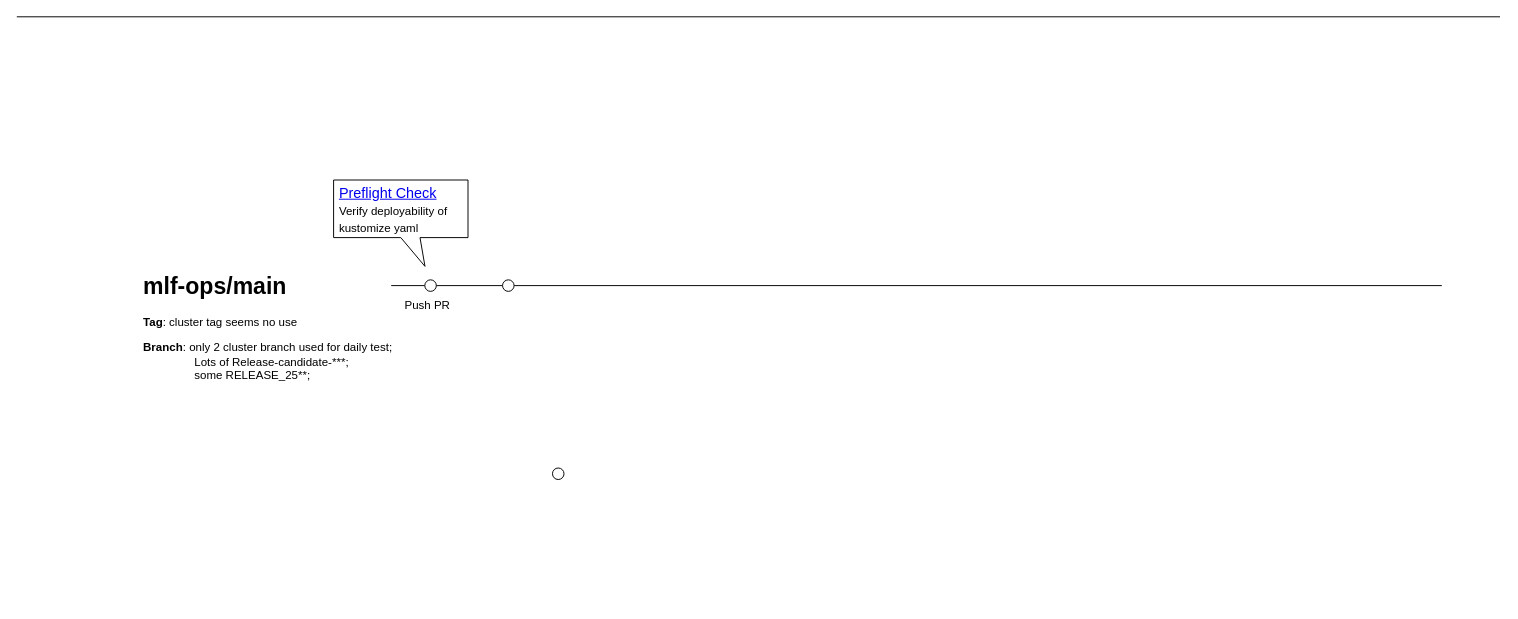
Before: Drawio/AI Core release process.drawio in polark-bit/StudyGit, a draw.io diagram. Source tidied: cells renumbered, new cells numbered last; positions are measured from the earlier drawing's top-left corner, leaving out a move shared by most shapes. Both pictures are drawn from the tidied source at 96%, with x=0, y=0 at pixel (16, 16).
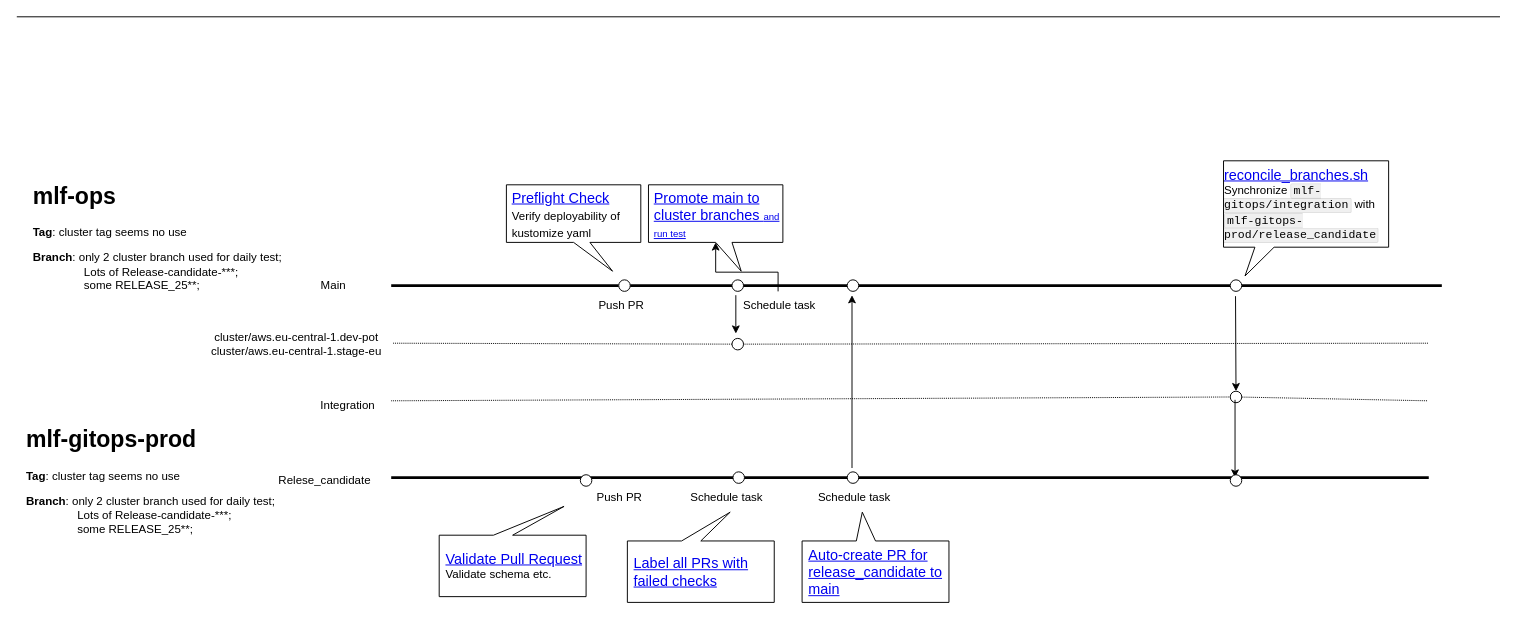
After the change.

Change to the diagram source:
```diff
@@
-    <mxCell id="3" style="endArrow=none;html=1;rounded=0;" parent="1" edge="1" source="8">
+    <mxCell id="3" style="endArrow=none;html=1;rounded=0;strokeWidth=3;" parent="1" edge="1" source="27">
       <mxGeometry relative="1" as="geometry">
         <mxPoint x="1484.4" y="280" as="targetPoint" />
       </mxGeometry>
     </mxCell>
-    <mxCell id="4" style="ellipse;whiteSpace=wrap;html=1;" parent="1" vertex="1">
-      <mxGeometry x="558" y="470" width="12" height="12" as="geometry" />
-    </mxCell>
-    <mxCell id="5" style="endArrow=none;html=1;rounded=0;" parent="1" edge="1" target="6">
+    <mxCell id="5" style="endArrow=none;html=1;rounded=0;strokeWidth=3;" parent="1" edge="1" target="6">
       <mxGeometry relative="1" as="geometry">
         <mxPoint x="390" y="280" as="sourcePoint" />
       </mxGeometry>
     </mxCell>
     <mxCell id="6" style="ellipse;whiteSpace=wrap;html=1;" parent="1" vertex="1">
-      <mxGeometry x="425" y="274" width="12" height="12" as="geometry" />
+      <mxGeometry x="627" y="274" width="12" height="12" as="geometry" />
     </mxCell>
-    <mxCell id="7" style="endArrow=none;html=1;rounded=0;" parent="1" edge="1" source="6" target="8">
+    <mxCell id="7" style="endArrow=none;html=1;rounded=0;strokeWidth=3;" parent="1" edge="1" source="6" target="8">
       <mxGeometry relative="1" as="geometry" />
     </mxCell>
     <mxCell id="8" style="ellipse;whiteSpace=wrap;html=1;" parent="1" vertex="1">
-      <mxGeometry x="506" y="274" width="12" height="12" as="geometry" />
+      <mxGeometry x="745" y="274" width="12" height="12" as="geometry" />
     </mxCell>
-    <mxCell id="9" value="&lt;div style=&quot;text-align: left;&quot;&gt;&lt;a href=&quot;https://github.tools.sap/MLF/mlf-gitops/actions/workflows/preflight-checks.yaml&quot; style=&quot;background-color: transparent;&quot;&gt;Preflight Check&lt;/a&gt;&lt;/div&gt;&lt;div style=&quot;text-align: left;&quot;&gt;&lt;font style=&quot;font-size: 12px;&quot;&gt;Verify deployability of kustomize yaml&lt;/font&gt;&lt;/div&gt;" style="shape=callout;whiteSpace=wrap;html=1;perimeter=calloutPerimeter;position2=0.68;strokeWidth=1;fontSize=15;spacingTop=1;spacingLeft=5;" parent="1" vertex="1">
-      <mxGeometry x="330" y="170" width="140" height="90" as="geometry" />
+    <mxCell id="9" value="&lt;div style=&quot;text-align: left;&quot;&gt;&lt;a href=&quot;https://github.tools.sap/MLF/mlf-gitops/actions/workflows/preflight-checks.yaml&quot; style=&quot;background-color: transparent;&quot;&gt;Preflight Check&lt;/a&gt;&lt;/div&gt;&lt;div style=&quot;text-align: left;&quot;&gt;&lt;font style=&quot;font-size: 12px;&quot;&gt;Verify deployability of kustomize yaml&lt;/font&gt;&lt;/div&gt;" style="shape=callout;whiteSpace=wrap;html=1;perimeter=calloutPerimeter;position2=0.79;strokeWidth=1;fontSize=15;spacingTop=1;spacingLeft=5;base=17;" parent="1" vertex="1">
+      <mxGeometry x="510" y="175" width="140" height="90" as="geometry" />
     </mxCell>
     <mxCell id="10" value="Push PR" style="text;html=1;whiteSpace=wrap;strokeColor=none;fillColor=none;align=center;verticalAlign=middle;rounded=0;" parent="1" vertex="1">
-      <mxGeometry x="398" y="286" width="60" height="30" as="geometry" />
+      <mxGeometry x="600" y="286" width="60" height="30" as="geometry" />
     </mxCell>
-    <mxCell id="11" value="&lt;h1 style=&quot;margin-top: 0px;&quot;&gt;mlf-ops/main&lt;/h1&gt;&lt;p&gt;&lt;b&gt;Tag&lt;/b&gt;: cluster tag seems no use&lt;/p&gt;&lt;p&gt;&lt;b&gt;Branch&lt;/b&gt;: only 2 cluster branch used for daily test;&amp;nbsp; &amp;nbsp; &amp;nbsp; &amp;nbsp; &amp;nbsp; &amp;nbsp; &amp;nbsp; &amp;nbsp; &amp;nbsp; Lots of Release-candidate-***;&amp;nbsp; &amp;nbsp; &amp;nbsp; &amp;nbsp; &amp;nbsp; &amp;nbsp; &amp;nbsp; &amp;nbsp; &amp;nbsp; &amp;nbsp; &amp;nbsp; &amp;nbsp; &amp;nbsp; &amp;nbsp; &amp;nbsp; &amp;nbsp; some RELEASE_25**;&lt;/p&gt;" style="text;html=1;whiteSpace=wrap;overflow=hidden;rounded=0;" parent="1" vertex="1">
-      <mxGeometry x="130" y="260" width="270" height="120" as="geometry" />
+    <mxCell id="11" value="&lt;h1 style=&quot;margin-top: 0px;&quot;&gt;mlf-ops&lt;/h1&gt;&lt;p&gt;&lt;b&gt;Tag&lt;/b&gt;: cluster tag seems no use&lt;/p&gt;&lt;p&gt;&lt;b&gt;Branch&lt;/b&gt;: only 2 cluster branch used for daily test;&amp;nbsp; &amp;nbsp; &amp;nbsp; &amp;nbsp; &amp;nbsp; &amp;nbsp; &amp;nbsp; &amp;nbsp; &amp;nbsp; Lots of Release-candidate-***;&amp;nbsp; &amp;nbsp; &amp;nbsp; &amp;nbsp; &amp;nbsp; &amp;nbsp; &amp;nbsp; &amp;nbsp; &amp;nbsp; &amp;nbsp; &amp;nbsp; &amp;nbsp; &amp;nbsp; &amp;nbsp; &amp;nbsp; &amp;nbsp; some RELEASE_25**;&lt;/p&gt;" style="text;html=1;whiteSpace=wrap;overflow=hidden;rounded=0;" parent="1" vertex="1">
+      <mxGeometry x="15" y="166" width="270" height="120" as="geometry" />
     </mxCell>
+    <mxCell id="12" style="endArrow=none;html=1;rounded=0;dashed=1;dashPattern=1 1;" parent="1" edge="1" source="20">
+      <mxGeometry relative="1" as="geometry">
+        <mxPoint x="1470" y="340" as="targetPoint" />
+      </mxGeometry>
+    </mxCell>
+    <mxCell id="13" value="cluster/aws.eu-central-1.dev-pot&lt;div&gt;cluster/aws.eu-central-1.stage-eu&lt;/div&gt;" style="text;html=1;whiteSpace=wrap;strokeColor=none;fillColor=none;align=center;verticalAlign=middle;rounded=0;" parent="1" vertex="1">
+      <mxGeometry x="185" y="326" width="213" height="30" as="geometry" />
+    </mxCell>
+    <mxCell id="14" value="Main" style="text;html=1;whiteSpace=wrap;strokeColor=none;fillColor=none;align=center;verticalAlign=middle;rounded=0;" parent="1" vertex="1">
+      <mxGeometry x="300" y="265" width="60" height="30" as="geometry" />
+    </mxCell>
+    <mxCell id="15" style="edgeStyle=orthogonalEdgeStyle;rounded=0;jettySize=auto;html=1;fontFamily=Helvetica;fontSize=12;fontColor=default;" parent="1" edge="1" source="16" target="18">
+      <mxGeometry relative="1" as="geometry" />
+    </mxCell>
+    <mxCell id="16" value="&amp;nbsp;Schedule task" style="text;html=1;whiteSpace=wrap;strokeColor=none;fillColor=none;align=center;verticalAlign=middle;rounded=0;" parent="1" vertex="1">
+      <mxGeometry x="743" y="286" width="100" height="30" as="geometry" />
+    </mxCell>
+    <mxCell id="17" style="endArrow=classic;startArrow=none;html=1;rounded=0;startFill=0;" parent="1" edge="1">
+      <mxGeometry relative="1" as="geometry">
+        <mxPoint x="749" y="290" as="sourcePoint" />
+        <mxPoint x="749" y="330" as="targetPoint" />
+      </mxGeometry>
+    </mxCell>
+    <mxCell id="18" value="&lt;div style=&quot;text-align: left;&quot;&gt;&lt;span style=&quot;background-color: transparent; text-align: center;&quot;&gt;&lt;a href=&quot;https://github.tools.sap/MLF/mlf-gitops/blob/main/.github/workflows/promote-main-to-cluster-branches.yaml&quot;&gt;Promote main to cluster branches &lt;font size=&quot;1&quot;&gt;and run test&lt;/font&gt;&lt;/a&gt;&lt;/span&gt;&lt;/div&gt;" style="shape=callout;whiteSpace=wrap;html=1;perimeter=calloutPerimeter;position2=0.69;strokeWidth=1;fontSize=15;spacingTop=1;spacingLeft=5;base=17;" parent="1" vertex="1">
+      <mxGeometry x="658" y="175" width="140" height="90" as="geometry" />
+    </mxCell>
+    <mxCell id="19" style="endArrow=none;html=1;rounded=0;dashed=1;dashPattern=1 1;" parent="1" edge="1" target="20">
+      <mxGeometry relative="1" as="geometry">
+        <mxPoint x="392" y="340" as="sourcePoint" />
+      </mxGeometry>
+    </mxCell>
+    <mxCell id="20" style="ellipse;whiteSpace=wrap;html=1;" parent="1" vertex="1">
+      <mxGeometry x="745" y="335" width="12" height="12" as="geometry" />
+    </mxCell>
+    <mxCell id="21" style="endArrow=none;html=1;rounded=0;dashed=1;dashPattern=1 1;" parent="1" edge="1" source="24">
+      <mxGeometry relative="1" as="geometry">
+        <mxPoint x="1470" y="400" as="targetPoint" />
+      </mxGeometry>
+    </mxCell>
+    <mxCell id="22" value="Integration" style="text;html=1;whiteSpace=wrap;strokeColor=none;fillColor=none;align=center;verticalAlign=middle;rounded=0;" parent="1" vertex="1">
+      <mxGeometry x="315" y="390" width="60" height="30" as="geometry" />
+    </mxCell>
+    <mxCell id="23" style="endArrow=none;html=1;rounded=0;dashed=1;dashPattern=1 1;" parent="1" edge="1" target="24">
+      <mxGeometry relative="1" as="geometry">
+        <mxPoint x="390" y="400" as="sourcePoint" />
+      </mxGeometry>
+    </mxCell>
+    <mxCell id="24" style="ellipse;whiteSpace=wrap;html=1;" parent="1" vertex="1">
+      <mxGeometry x="1264" y="390" width="12" height="12" as="geometry" />
+    </mxCell>
+    <mxCell id="25" style="endArrow=classic;startArrow=none;html=1;rounded=0;startFill=0;" parent="1" edge="1">
+      <mxGeometry relative="1" as="geometry">
+        <mxPoint x="1269.5" y="291" as="sourcePoint" />
+        <mxPoint x="1270" y="390" as="targetPoint" />
+      </mxGeometry>
+    </mxCell>
+    <mxCell id="26" style="endArrow=none;html=1;rounded=0;strokeWidth=3;" parent="1" edge="1" source="36" target="27">
+      <mxGeometry relative="1" as="geometry" />
+    </mxCell>
+    <mxCell id="27" style="ellipse;whiteSpace=wrap;html=1;" parent="1" vertex="1">
+      <mxGeometry x="1264" y="274" width="12" height="12" as="geometry" />
+    </mxCell>
+    <mxCell id="28" style="endArrow=none;html=1;rounded=0;fontSize=12;strokeWidth=3;" parent="1" edge="1">
+      <mxGeometry relative="1" as="geometry">
+        <mxPoint x="390" y="480" as="sourcePoint" />
+        <mxPoint x="1470.8" y="480" as="targetPoint" />
+      </mxGeometry>
+    </mxCell>
+    <mxCell id="29" value="Relese_candidate" style="text;html=1;whiteSpace=wrap;strokeColor=none;fillColor=none;align=center;verticalAlign=middle;rounded=0;" parent="1" vertex="1">
+      <mxGeometry x="267" y="468" width="108" height="30" as="geometry" />
+    </mxCell>
+    <mxCell id="30" value="&lt;h1 style=&quot;margin-top: 0px;&quot;&gt;mlf-gitops-prod&lt;/h1&gt;&lt;p&gt;&lt;b&gt;Tag&lt;/b&gt;: cluster tag seems no use&lt;/p&gt;&lt;p&gt;&lt;b&gt;Branch&lt;/b&gt;: only 2 cluster branch used for daily test;&amp;nbsp; &amp;nbsp; &amp;nbsp; &amp;nbsp; &amp;nbsp; &amp;nbsp; &amp;nbsp; &amp;nbsp; &amp;nbsp; Lots of Release-candidate-***;&amp;nbsp; &amp;nbsp; &amp;nbsp; &amp;nbsp; &amp;nbsp; &amp;nbsp; &amp;nbsp; &amp;nbsp; &amp;nbsp; &amp;nbsp; &amp;nbsp; &amp;nbsp; &amp;nbsp; &amp;nbsp; &amp;nbsp; &amp;nbsp; some RELEASE_25**;&lt;/p&gt;" style="text;html=1;whiteSpace=wrap;overflow=hidden;rounded=0;" parent="1" vertex="1">
+      <mxGeometry x="8" y="420" width="270" height="120" as="geometry" />
+    </mxCell>
+    <mxCell id="31" style="endArrow=classic;startArrow=none;html=1;rounded=0;startFill=0;" parent="1" edge="1">
+      <mxGeometry relative="1" as="geometry">
+        <mxPoint x="1269" y="399" as="sourcePoint" />
+        <mxPoint x="1269" y="480" as="targetPoint" />
+      </mxGeometry>
+    </mxCell>
+    <mxCell id="32" style="ellipse;whiteSpace=wrap;html=1;" parent="1" vertex="1">
+      <mxGeometry x="1264" y="477" width="12" height="12" as="geometry" />
+    </mxCell>
+    <mxCell id="33" value="&lt;div class=&quot;lake-content&quot; style=&quot;text-align: left;&quot;&gt;&lt;span class=&quot;ne-text&quot;&gt;&lt;font style=&quot;font-size: 15px;&quot;&gt;&lt;div class=&quot;lake-content&quot; style=&quot;&quot;&gt;&lt;a href=&quot;https://github.tools.sap/MLF/mlf-gitops/blob/main/docs/release_process_and_branch_setup.md#branch-reconciliation-and-synchronization&quot; target=&quot;_blank&quot; class=&quot;ne-link&quot; style=&quot;&quot;&gt;&lt;span class=&quot;ne-text&quot; style=&quot;&quot;&gt;reconcile_branches.sh&lt;/span&gt;&lt;/a&gt;&lt;/div&gt;&lt;/font&gt;&lt;/span&gt;&lt;/div&gt;&lt;div class=&quot;lake-content&quot; style=&quot;text-align: left;&quot;&gt;&lt;span class=&quot;ne-text&quot;&gt;Synchronize &lt;/span&gt;&lt;code class=&quot;ne-code&quot; style=&quot;font-family: SFMono-Regular, Consolas, &amp;quot;Liberation Mono&amp;quot;, Menlo, Courier, monospace; background-color: rgba(0, 0, 0, 0.06); border: 1px solid rgba(0, 0, 0, 0.08); border-radius: 2px; padding: 0px 2px;&quot;&gt;&lt;span class=&quot;ne-text&quot;&gt;mlf-gitops/integration&lt;/span&gt;&lt;/code&gt;&lt;span class=&quot;ne-text&quot;&gt; with &lt;/span&gt;&lt;code class=&quot;ne-code&quot; style=&quot;font-family: SFMono-Regular, Consolas, &amp;quot;Liberation Mono&amp;quot;, Menlo, Courier, monospace; background-color: rgba(0, 0, 0, 0.06); border: 1px solid rgba(0, 0, 0, 0.08); border-radius: 2px; padding: 0px 2px;&quot;&gt;&lt;span class=&quot;ne-text&quot;&gt;mlf-gitops-prod/release_candidate&lt;/span&gt;&lt;/code&gt;&lt;/div&gt;" style="shape=callout;whiteSpace=wrap;html=1;perimeter=calloutPerimeter;size=30;position=0.19;position2=0.13;" parent="1" vertex="1">
+      <mxGeometry x="1257" y="150" width="172" height="120" as="geometry" />
+    </mxCell>
+    <mxCell id="34" style="ellipse;whiteSpace=wrap;html=1;" parent="1" vertex="1">
+      <mxGeometry x="865" y="474" width="12" height="12" as="geometry" />
+    </mxCell>
+    <mxCell id="35" style="endArrow=none;html=1;rounded=0;strokeWidth=3;" parent="1" edge="1" source="8" target="36">
+      <mxGeometry relative="1" as="geometry" />
+    </mxCell>
+    <mxCell id="36" style="ellipse;whiteSpace=wrap;html=1;" parent="1" vertex="1">
+      <mxGeometry x="865" y="274" width="12" height="12" as="geometry" />
+    </mxCell>
+    <mxCell id="37" style="endArrow=classic;html=1;rounded=0;" parent="1" edge="1">
+      <mxGeometry relative="1" as="geometry">
+        <mxPoint x="870" y="470" as="sourcePoint" />
+        <mxPoint x="870" y="290" as="targetPoint" />
+      </mxGeometry>
+    </mxCell>
+    <mxCell id="38" value="&amp;nbsp;Schedule task" style="text;html=1;whiteSpace=wrap;strokeColor=none;fillColor=none;align=center;verticalAlign=middle;rounded=0;" parent="1" vertex="1">
+      <mxGeometry x="821" y="486" width="100" height="30" as="geometry" />
+    </mxCell>
+    <mxCell id="39" value="&lt;font style=&quot;font-size: 15px;&quot;&gt;&lt;a href=&quot;https://github.tools.sap/MLF-prod/mlf-gitops-prod/blob/release_candidate/.github/workflows/auto-reconcile-main.yaml&quot;&gt;Auto-create PR for release_candidate to main&lt;/a&gt;&lt;/font&gt;" style="shape=callout;whiteSpace=wrap;html=1;perimeter=calloutPerimeter;strokeColor=default;align=left;verticalAlign=middle;fontFamily=Helvetica;fontSize=12;fontColor=default;fillColor=default;direction=west;position2=0.59;spacingLeft=5;" parent="1" vertex="1">
+      <mxGeometry x="818" y="516" width="153" height="94" as="geometry" />
+    </mxCell>
+    <mxCell id="40" style="ellipse;whiteSpace=wrap;html=1;" parent="1" vertex="1">
+      <mxGeometry x="587" y="477" width="12" height="12" as="geometry" />
+    </mxCell>
+    <mxCell id="41" value="Push PR" style="text;html=1;whiteSpace=wrap;strokeColor=none;fillColor=none;align=center;verticalAlign=middle;rounded=0;" parent="1" vertex="1">
+      <mxGeometry x="598" y="486" width="60" height="30" as="geometry" />
+    </mxCell>
+    <mxCell id="42" value="&lt;span style=&quot;font-size: 15px;&quot;&gt;&lt;a href=&quot;https://github.tools.sap/MLF-prod/mlf-gitops-prod/blob/release_candidate/.github/workflows/lints.yaml&quot;&gt;Validate Pull Request&lt;/a&gt;&lt;/span&gt;&lt;div&gt;Validate schema etc.&lt;/div&gt;" style="shape=callout;whiteSpace=wrap;html=1;perimeter=calloutPerimeter;strokeColor=default;align=left;verticalAlign=middle;fontFamily=Helvetica;fontSize=12;fontColor=default;fillColor=default;direction=west;position2=0.15;spacingLeft=5;" parent="1" vertex="1">
+      <mxGeometry x="440" y="510" width="153" height="94" as="geometry" />
+    </mxCell>
+    <mxCell id="43" value="&lt;span style=&quot;font-size: 15px;&quot;&gt;&lt;a href=&quot;https://github.tools.sap/MLF-prod/mlf-gitops-prod/blob/release_candidate/.github/workflows/nightly-validation-labeller.yaml&quot;&gt;Label all PRs with failed checks&lt;/a&gt;&lt;/span&gt;" style="shape=callout;whiteSpace=wrap;html=1;perimeter=calloutPerimeter;strokeColor=default;align=left;verticalAlign=middle;fontFamily=Helvetica;fontSize=12;fontColor=default;fillColor=default;direction=west;position2=0.3;spacingLeft=5;" parent="1" vertex="1">
+      <mxGeometry x="636" y="516" width="153" height="94" as="geometry" />
+    </mxCell>
+    <mxCell id="44" value="&amp;nbsp;Schedule task" style="text;html=1;whiteSpace=wrap;strokeColor=none;fillColor=none;align=center;verticalAlign=middle;rounded=0;" parent="1" vertex="1">
+      <mxGeometry x="688" y="486" width="100" height="30" as="geometry" />
+    </mxCell>
+    <mxCell id="45" style="ellipse;whiteSpace=wrap;html=1;" parent="1" vertex="1">
+      <mxGeometry x="746" y="474" width="12" height="12" as="geometry" />
+    </mxCell>
```
